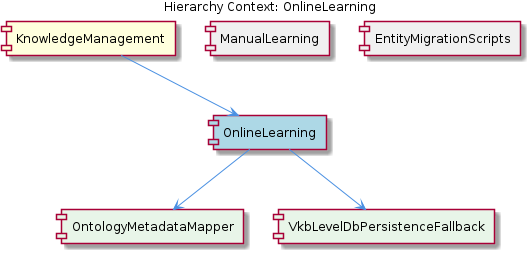
Earlier version of the PlantUML export knowledge-management/insights/images/online-learning-relationship.png (fwornle/coding). Its source is kept beside it as .data/knowledge-graph/insights/puml/online-learning-relationship.puml.
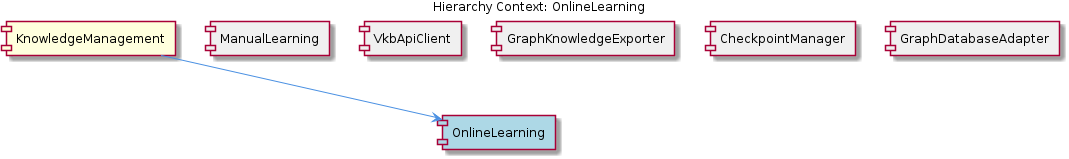
Above is the later version.

Change to the diagram source:
```diff
@@ -6,14 +6,16 @@
 [KnowledgeManagement] as knowledge_management #FFFFDD
 [OnlineLearning] as online_learning #LightBlue
 [ManualLearning] as manual_learning #F0F0F0
-[EntityMigrationScripts] as entity_migration_scripts #F0F0F0
-[OntologyMetadataMapper] as ontology_metadata_mapper #E8F5E8
-[VkbLevelDbPersistenceFallback] as vkb_level_db_persistence_fallback #E8F5E8
+[VkbApiClient] as vkb_api_client #F0F0F0
+[GraphKnowledgeExporter] as graph_knowledge_exporter #F0F0F0
+[CheckpointManager] as checkpoint_manager #F0F0F0
+[GraphDatabaseAdapter] as graph_database_adapter #F0F0F0
 
 knowledge_management --> online_learning
 manual_learning -[hidden]- online_learning
-entity_migration_scripts -[hidden]- online_learning
-online_learning --> ontology_metadata_mapper
-online_learning --> vkb_level_db_persistence_fallback
+vkb_api_client -[hidden]- online_learning
+graph_knowledge_exporter -[hidden]- online_learning
+checkpoint_manager -[hidden]- online_learning
+graph_database_adapter -[hidden]- online_learning
 
 @enduml
```
